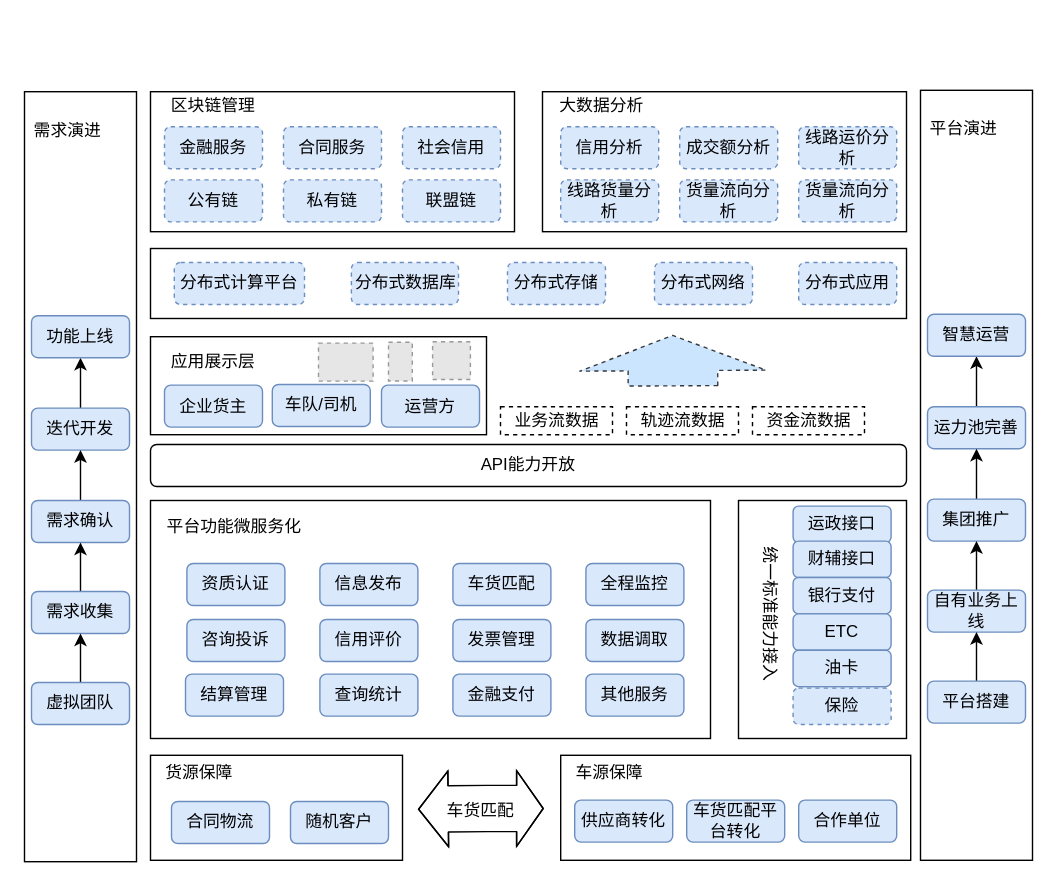
Above: 平台业务架构.drawio in chenyibang/rdpwrap (draw.io), before the change. Source tidied: cells renumbered, new cells numbered last; positions are measured from the earlier drawing's top-left corner, leaving out a move shared by most shapes. Both pictures are drawn from the tidied source at 140%, with x=0, y=0 at pixel (24, 90). Pictures stored in the file or linked from it are replaced by grey dashed boxes.
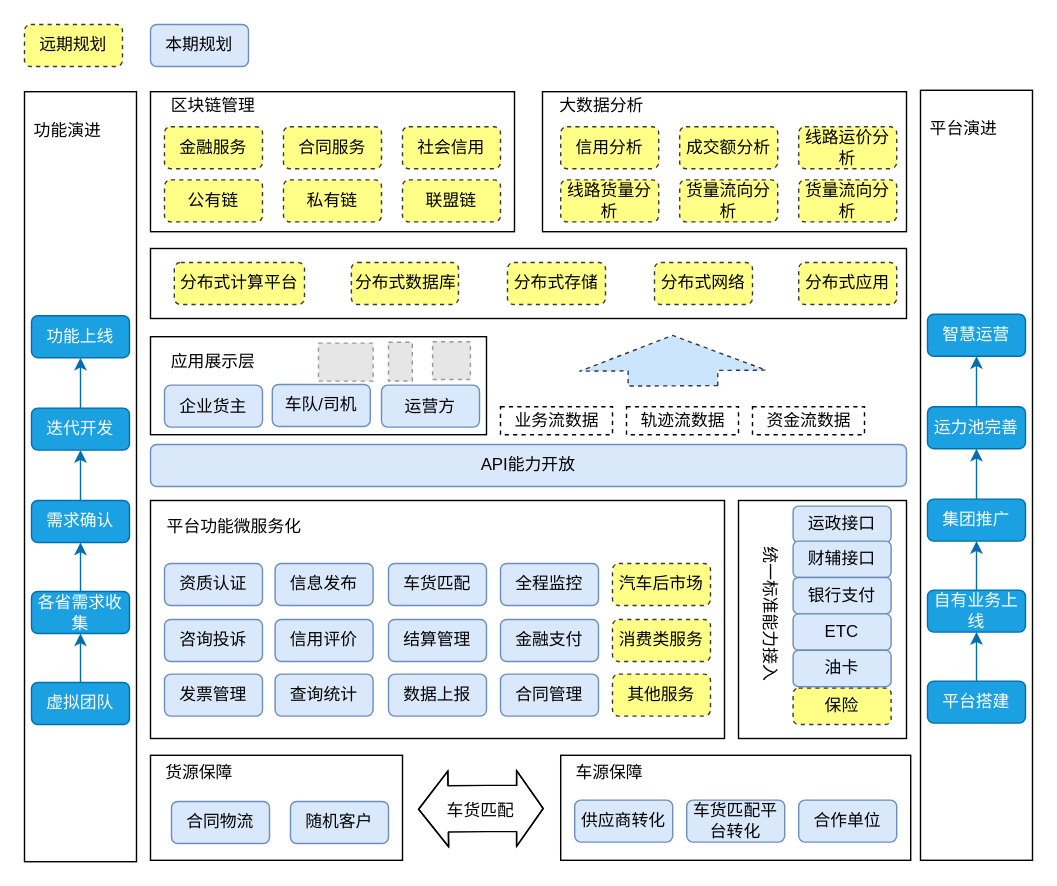
After the change.

Commit message:
更新平台业务架构.drawio

What changed in the source:
```diff
@@
     <mxCell id="3" style="rounded=0;whiteSpace=wrap;html=1;" parent="1" vertex="1">
-      <mxGeometry x="90" y="293" width="400" height="170" as="geometry" />
+      <mxGeometry x="90" y="293" width="410" height="170" as="geometry" />
     </mxCell>
@@
     <mxCell id="5" value="资质认证" style="rounded=1;whiteSpace=wrap;html=1;fillColor=#dae8fc;strokeColor=#6c8ebf;" parent="1" vertex="1">
-      <mxGeometry x="116" y="338" width="70" height="30" as="geometry" />
+      <mxGeometry x="100" y="338" width="70" height="30" as="geometry" />
     </mxCell>
     <mxCell id="6" value="信息发布" style="rounded=1;whiteSpace=wrap;html=1;fillColor=#dae8fc;strokeColor=#6c8ebf;" parent="1" vertex="1">
-      <mxGeometry x="211" y="338" width="70" height="30" as="geometry" />
+      <mxGeometry x="179" y="338" width="70" height="30" as="geometry" />
     </mxCell>
     <mxCell id="7" value="车货匹配" style="rounded=1;whiteSpace=wrap;html=1;fillColor=#dae8fc;strokeColor=#6c8ebf;" parent="1" vertex="1">
-      <mxGeometry x="306" y="338" width="70" height="30" as="geometry" />
+      <mxGeometry x="260" y="338" width="70" height="30" as="geometry" />
     </mxCell>
     <mxCell id="8" value="全程监控" style="rounded=1;whiteSpace=wrap;html=1;fillColor=#dae8fc;strokeColor=#6c8ebf;" parent="1" vertex="1">
-      <mxGeometry x="401" y="338" width="70" height="30" as="geometry" />
+      <mxGeometry x="340" y="338" width="70" height="30" as="geometry" />
     </mxCell>
     <mxCell id="9" value="咨询投诉" style="rounded=1;whiteSpace=wrap;html=1;fillColor=#dae8fc;strokeColor=#6c8ebf;" parent="1" vertex="1">
-      <mxGeometry x="116" y="378" width="70" height="30" as="geometry" />
+      <mxGeometry x="100" y="378" width="70" height="30" as="geometry" />
     </mxCell>
     <mxCell id="10" value="信用评价" style="rounded=1;whiteSpace=wrap;html=1;fillColor=#dae8fc;strokeColor=#6c8ebf;" parent="1" vertex="1">
-      <mxGeometry x="211" y="378" width="70" height="30" as="geometry" />
+      <mxGeometry x="179" y="378" width="70" height="30" as="geometry" />
     </mxCell>
-    <mxCell id="11" value="发票管理" style="rounded=1;whiteSpace=wrap;html=1;fillColor=#dae8fc;strokeColor=#6c8ebf;" parent="1" vertex="1">
-      <mxGeometry x="306" y="378" width="70" height="30" as="geometry" />
+    <mxCell id="11" value="结算管理" style="rounded=1;whiteSpace=wrap;html=1;fillColor=#dae8fc;strokeColor=#6c8ebf;" parent="1" vertex="1">
+      <mxGeometry x="260" y="378" width="70" height="30" as="geometry" />
     </mxCell>
-    <mxCell id="12" value="数据调取" style="rounded=1;whiteSpace=wrap;html=1;fillColor=#dae8fc;strokeColor=#6c8ebf;" parent="1" vertex="1">
-      <mxGeometry x="401" y="378" width="70" height="30" as="geometry" />
+    <mxCell id="12" value="金融支付" style="rounded=1;whiteSpace=wrap;html=1;fillColor=#dae8fc;strokeColor=#6c8ebf;" parent="1" vertex="1">
+      <mxGeometry x="340" y="378" width="70" height="30" as="geometry" />
     </mxCell>
@@
-    <mxCell id="29" value="结算管理" style="rounded=1;whiteSpace=wrap;html=1;fillColor=#dae8fc;strokeColor=#6c8ebf;" parent="1" vertex="1">
-      <mxGeometry x="115" y="417" width="70" height="30" as="geometry" />
+    <mxCell id="29" value="发票管理" style="rounded=1;whiteSpace=wrap;html=1;fillColor=#dae8fc;strokeColor=#6c8ebf;" parent="1" vertex="1">
+      <mxGeometry x="100" y="417" width="70" height="30" as="geometry" />
     </mxCell>
     <mxCell id="30" value="查询统计" style="rounded=1;whiteSpace=wrap;html=1;fillColor=#dae8fc;strokeColor=#6c8ebf;" parent="1" vertex="1">
-      <mxGeometry x="211" y="417" width="70" height="30" as="geometry" />
+      <mxGeometry x="179" y="417" width="70" height="30" as="geometry" />
     </mxCell>
-    <mxCell id="31" value="其他服务" style="rounded=1;whiteSpace=wrap;html=1;fillColor=#dae8fc;strokeColor=#6c8ebf;" parent="1" vertex="1">
-      <mxGeometry x="401" y="417" width="70" height="30" as="geometry" />
+    <mxCell id="31" value="合同管理" style="rounded=1;whiteSpace=wrap;html=1;fillColor=#dae8fc;strokeColor=#6c8ebf;" parent="1" vertex="1">
+      <mxGeometry x="340" y="417" width="70" height="30" as="geometry" />
     </mxCell>
-    <mxCell id="32" value="金融支付" style="rounded=1;whiteSpace=wrap;html=1;fillColor=#dae8fc;strokeColor=#6c8ebf;" parent="1" vertex="1">
-      <mxGeometry x="306" y="417" width="70" height="30" as="geometry" />
+    <mxCell id="32" value="数据上报" style="rounded=1;whiteSpace=wrap;html=1;fillColor=#dae8fc;strokeColor=#6c8ebf;" parent="1" vertex="1">
+      <mxGeometry x="260" y="417" width="70" height="30" as="geometry" />
     </mxCell>
@@
-    <mxCell id="34" style="edgeStyle=orthogonalEdgeStyle;rounded=0;jettySize=auto;html=1;entryX=0.5;entryY=1;entryDx=0;entryDy=0;strokeColor=#000000;" parent="1" edge="1" source="35" target="42">
+    <mxCell id="34" style="edgeStyle=orthogonalEdgeStyle;rounded=0;jettySize=auto;html=1;entryX=0.5;entryY=1;entryDx=0;entryDy=0;strokeColor=#006EAF;fillColor=#1ba1e2;" parent="1" edge="1" source="35" target="42">
       <mxGeometry relative="1" as="geometry" />
     </mxCell>
-    <mxCell id="35" value="迭代开发" style="rounded=1;whiteSpace=wrap;html=1;fillColor=#dae8fc;strokeColor=#6c8ebf;" parent="1" vertex="1">
+    <mxCell id="35" value="迭代开发" style="rounded=1;whiteSpace=wrap;html=1;fillColor=#1ba1e2;strokeColor=#006EAF;fontColor=#ffffff;" parent="1" vertex="1">
       <mxGeometry x="5" y="227" width="70" height="30" as="geometry" />
     </mxCell>
-    <mxCell id="36" style="edgeStyle=orthogonalEdgeStyle;rounded=0;jettySize=auto;html=1;entryX=0.5;entryY=1;entryDx=0;entryDy=0;strokeColor=#000000;" parent="1" edge="1" source="37" target="35">
+    <mxCell id="36" style="edgeStyle=orthogonalEdgeStyle;rounded=0;jettySize=auto;html=1;entryX=0.5;entryY=1;entryDx=0;entryDy=0;strokeColor=#006EAF;fillColor=#1ba1e2;" parent="1" edge="1" source="37" target="35">
       <mxGeometry relative="1" as="geometry" />
     </mxCell>
-    <mxCell id="37" value="需求确认" style="rounded=1;whiteSpace=wrap;html=1;fillColor=#dae8fc;strokeColor=#6c8ebf;" parent="1" vertex="1">
+    <mxCell id="37" value="需求确认" style="rounded=1;whiteSpace=wrap;html=1;fillColor=#1ba1e2;strokeColor=#006EAF;fontColor=#ffffff;" parent="1" vertex="1">
       <mxGeometry x="5" y="293" width="70" height="30" as="geometry" />
     </mxCell>
-    <mxCell id="38" style="edgeStyle=orthogonalEdgeStyle;rounded=0;jettySize=auto;html=1;entryX=0.5;entryY=1;entryDx=0;entryDy=0;strokeColor=#000000;" parent="1" edge="1" source="39" target="37">
+    <mxCell id="38" style="edgeStyle=orthogonalEdgeStyle;rounded=0;jettySize=auto;html=1;entryX=0.5;entryY=1;entryDx=0;entryDy=0;strokeColor=#006EAF;fillColor=#1ba1e2;" parent="1" edge="1" source="39" target="37">
       <mxGeometry relative="1" as="geometry" />
     </mxCell>
-    <mxCell id="39" value="需求收集" style="rounded=1;whiteSpace=wrap;html=1;fillColor=#dae8fc;strokeColor=#6c8ebf;" parent="1" vertex="1">
+    <mxCell id="39" value="各省需求收集" style="rounded=1;whiteSpace=wrap;html=1;fillColor=#1ba1e2;strokeColor=#006EAF;fontColor=#ffffff;" parent="1" vertex="1">
       <mxGeometry x="5" y="358" width="70" height="30" as="geometry" />
     </mxCell>
-    <mxCell id="40" style="edgeStyle=orthogonalEdgeStyle;rounded=0;jettySize=auto;html=1;entryX=0.5;entryY=1;entryDx=0;entryDy=0;strokeColor=#000000;" parent="1" edge="1" source="41" target="39">
+    <mxCell id="40" style="edgeStyle=orthogonalEdgeStyle;rounded=0;jettySize=auto;html=1;entryX=0.5;entryY=1;entryDx=0;entryDy=0;strokeColor=#006EAF;fillColor=#1ba1e2;" parent="1" edge="1" source="41" target="39">
       <mxGeometry relative="1" as="geometry" />
     </mxCell>
-    <mxCell id="41" value="虚拟团队" style="rounded=1;whiteSpace=wrap;html=1;fillColor=#dae8fc;strokeColor=#6c8ebf;" parent="1" vertex="1">
+    <mxCell id="41" value="虚拟团队" style="rounded=1;whiteSpace=wrap;html=1;fillColor=#1ba1e2;strokeColor=#006EAF;fontColor=#ffffff;" parent="1" vertex="1">
       <mxGeometry x="5" y="423" width="70" height="30" as="geometry" />
     </mxCell>
-    <mxCell id="42" value="功能上线" style="rounded=1;whiteSpace=wrap;html=1;fillColor=#dae8fc;strokeColor=#6c8ebf;" parent="1" vertex="1">
+    <mxCell id="42" value="功能上线" style="rounded=1;whiteSpace=wrap;html=1;fillColor=#1ba1e2;strokeColor=#006EAF;fontColor=#ffffff;" parent="1" vertex="1">
       <mxGeometry x="5" y="161" width="70" height="30" as="geometry" />
     </mxCell>
-    <mxCell id="43" value="API能力开放" style="rounded=1;whiteSpace=wrap;html=1;" parent="1" vertex="1">
+    <mxCell id="43" value="API能力开放" style="rounded=1;whiteSpace=wrap;html=1;fillColor=#dae8fc;strokeColor=#6c8ebf;" parent="1" vertex="1">
       <mxGeometry x="90" y="253" width="540" height="30" as="geometry" />
     </mxCell>
@@
-    <mxCell id="58" value="分布式计算平台" style="rounded=1;whiteSpace=wrap;html=1;fillColor=#dae8fc;strokeColor=#6c8ebf;dashed=1;" parent="1" vertex="1">
+    <mxCell id="58" value="分布式计算平台" style="rounded=1;whiteSpace=wrap;html=1;fillColor=#ffff88;strokeColor=#36393d;dashed=1;" parent="1" vertex="1">
       <mxGeometry x="107" y="123" width="93" height="30" as="geometry" />
     </mxCell>
-    <mxCell id="59" value="分布式数据库" style="rounded=1;whiteSpace=wrap;html=1;fillColor=#dae8fc;strokeColor=#6c8ebf;dashed=1;" parent="1" vertex="1">
+    <mxCell id="59" value="分布式数据库" style="rounded=1;whiteSpace=wrap;html=1;fillColor=#ffff88;strokeColor=#36393d;dashed=1;" parent="1" vertex="1">
       <mxGeometry x="233.5" y="123" width="76.5" height="30" as="geometry" />
     </mxCell>
-    <mxCell id="60" value="分布式存储" style="rounded=1;whiteSpace=wrap;html=1;fillColor=#dae8fc;strokeColor=#6c8ebf;dashed=1;" parent="1" vertex="1">
+    <mxCell id="60" value="分布式存储" style="rounded=1;whiteSpace=wrap;html=1;fillColor=#ffff88;strokeColor=#36393d;dashed=1;" parent="1" vertex="1">
       <mxGeometry x="345" y="123" width="70" height="30" as="geometry" />
     </mxCell>
-    <mxCell id="61" value="分布式网络" style="rounded=1;whiteSpace=wrap;html=1;fillColor=#dae8fc;strokeColor=#6c8ebf;dashed=1;" parent="1" vertex="1">
+    <mxCell id="61" value="分布式网络" style="rounded=1;whiteSpace=wrap;html=1;fillColor=#ffff88;strokeColor=#36393d;dashed=1;" parent="1" vertex="1">
       <mxGeometry x="450" y="123" width="70" height="30" as="geometry" />
     </mxCell>
-    <mxCell id="62" value="分布式应用" style="rounded=1;whiteSpace=wrap;html=1;fillColor=#dae8fc;strokeColor=#6c8ebf;dashed=1;" parent="1" vertex="1">
+    <mxCell id="62" value="分布式应用" style="rounded=1;whiteSpace=wrap;html=1;fillColor=#ffff88;strokeColor=#36393d;dashed=1;" parent="1" vertex="1">
       <mxGeometry x="553" y="123" width="70" height="30" as="geometry" />
     </mxCell>
@@
-    <mxCell id="67" value="金融服务" style="rounded=1;whiteSpace=wrap;html=1;fillColor=#dae8fc;strokeColor=#6c8ebf;dashed=1;" parent="1" vertex="1">
+    <mxCell id="67" value="金融服务" style="rounded=1;whiteSpace=wrap;html=1;fillColor=#ffff88;strokeColor=#36393d;dashed=1;" parent="1" vertex="1">
       <mxGeometry x="100" y="26" width="70" height="30" as="geometry" />
     </mxCell>
-    <mxCell id="68" value="合同服务" style="rounded=1;whiteSpace=wrap;html=1;fillColor=#dae8fc;strokeColor=#6c8ebf;dashed=1;" parent="1" vertex="1">
+    <mxCell id="68" value="合同服务" style="rounded=1;whiteSpace=wrap;html=1;fillColor=#ffff88;strokeColor=#36393d;dashed=1;" parent="1" vertex="1">
       <mxGeometry x="185" y="26" width="70" height="30" as="geometry" />
     </mxCell>
-    <mxCell id="69" value="社会信用" style="rounded=1;whiteSpace=wrap;html=1;fillColor=#dae8fc;strokeColor=#6c8ebf;dashed=1;" parent="1" vertex="1">
+    <mxCell id="69" value="社会信用" style="rounded=1;whiteSpace=wrap;html=1;fillColor=#ffff88;strokeColor=#36393d;dashed=1;" parent="1" vertex="1">
       <mxGeometry x="270" y="26" width="70" height="30" as="geometry" />
     </mxCell>
-    <mxCell id="70" value="公有链" style="rounded=1;whiteSpace=wrap;html=1;fillColor=#dae8fc;strokeColor=#6c8ebf;dashed=1;" parent="1" vertex="1">
+    <mxCell id="70" value="公有链" style="rounded=1;whiteSpace=wrap;html=1;fillColor=#ffff88;strokeColor=#36393d;dashed=1;" parent="1" vertex="1">
       <mxGeometry x="100" y="64" width="70" height="30" as="geometry" />
     </mxCell>
-    <mxCell id="71" value="私有链" style="rounded=1;whiteSpace=wrap;html=1;fillColor=#dae8fc;strokeColor=#6c8ebf;dashed=1;" parent="1" vertex="1">
+    <mxCell id="71" value="私有链" style="rounded=1;whiteSpace=wrap;html=1;fillColor=#ffff88;strokeColor=#36393d;dashed=1;" parent="1" vertex="1">
       <mxGeometry x="185" y="64" width="70" height="30" as="geometry" />
     </mxCell>
-    <mxCell id="72" value="联盟链" style="rounded=1;whiteSpace=wrap;html=1;fillColor=#dae8fc;strokeColor=#6c8ebf;dashed=1;" parent="1" vertex="1">
+    <mxCell id="72" value="联盟链" style="rounded=1;whiteSpace=wrap;html=1;fillColor=#ffff88;strokeColor=#36393d;dashed=1;" parent="1" vertex="1">
       <mxGeometry x="270" y="64" width="70" height="30" as="geometry" />
     </mxCell>
-    <mxCell id="73" value="信用分析" style="rounded=1;whiteSpace=wrap;html=1;fillColor=#dae8fc;strokeColor=#6c8ebf;dashed=1;" parent="1" vertex="1">
+    <mxCell id="73" value="信用分析" style="rounded=1;whiteSpace=wrap;html=1;fillColor=#ffff88;strokeColor=#36393d;dashed=1;" parent="1" vertex="1">
       <mxGeometry x="383" y="26" width="70" height="30" as="geometry" />
     </mxCell>
-    <mxCell id="74" value="成交额分析" style="rounded=1;whiteSpace=wrap;html=1;fillColor=#dae8fc;strokeColor=#6c8ebf;dashed=1;" parent="1" vertex="1">
+    <mxCell id="74" value="成交额分析" style="rounded=1;whiteSpace=wrap;html=1;fillColor=#ffff88;strokeColor=#36393d;dashed=1;" parent="1" vertex="1">
       <mxGeometry x="468" y="26" width="70" height="30" as="geometry" />
     </mxCell>
-    <mxCell id="75" value="线路运价分析" style="rounded=1;whiteSpace=wrap;html=1;fillColor=#dae8fc;strokeColor=#6c8ebf;dashed=1;" parent="1" vertex="1">
+    <mxCell id="75" value="线路运价分析" style="rounded=1;whiteSpace=wrap;html=1;fillColor=#ffff88;strokeColor=#36393d;dashed=1;" parent="1" vertex="1">
       <mxGeometry x="553" y="26" width="70" height="30" as="geometry" />
     </mxCell>
-    <mxCell id="76" value="线路货量分析" style="rounded=1;whiteSpace=wrap;html=1;fillColor=#dae8fc;strokeColor=#6c8ebf;dashed=1;" parent="1" vertex="1">
+    <mxCell id="76" value="线路货量分析" style="rounded=1;whiteSpace=wrap;html=1;fillColor=#ffff88;strokeColor=#36393d;dashed=1;" parent="1" vertex="1">
       <mxGeometry x="383" y="64" width="70" height="30" as="geometry" />
     </mxCell>
-    <mxCell id="77" value="货量流向分析" style="rounded=1;whiteSpace=wrap;html=1;fillColor=#dae8fc;strokeColor=#6c8ebf;dashed=1;" parent="1" vertex="1">
+    <mxCell id="77" value="货量流向分析" style="rounded=1;whiteSpace=wrap;html=1;fillColor=#ffff88;strokeColor=#36393d;dashed=1;" parent="1" vertex="1">
       <mxGeometry x="468" y="64" width="70" height="30" as="geometry" />
     </mxCell>
-    <mxCell id="78" value="货量流向分析" style="rounded=1;whiteSpace=wrap;html=1;fillColor=#dae8fc;strokeColor=#6c8ebf;dashed=1;" parent="1" vertex="1">
+    <mxCell id="78" value="货量流向分析" style="rounded=1;whiteSpace=wrap;html=1;fillColor=#ffff88;strokeColor=#36393d;dashed=1;" parent="1" vertex="1">
       <mxGeometry x="553" y="64" width="70" height="30" as="geometry" />
     </mxCell>
-    <mxCell id="79" value="需求演进" style="text;html=1;strokeColor=none;fillColor=none;align=center;verticalAlign=middle;whiteSpace=wrap;rounded=0;" parent="1" vertex="1">
+    <mxCell id="79" value="功能演进" style="text;html=1;strokeColor=none;fillColor=none;align=center;verticalAlign=middle;whiteSpace=wrap;rounded=0;" parent="1" vertex="1">
       <mxGeometry x="5" y="19" width="52" height="20" as="geometry" />
     </mxCell>
@@
-    <mxCell id="81" style="edgeStyle=orthogonalEdgeStyle;rounded=0;jettySize=auto;html=1;entryX=0.5;entryY=1;entryDx=0;entryDy=0;strokeColor=#000000;" parent="1" edge="1" source="82" target="89">
+    <mxCell id="81" style="edgeStyle=orthogonalEdgeStyle;rounded=0;jettySize=auto;html=1;entryX=0.5;entryY=1;entryDx=0;entryDy=0;strokeColor=#006EAF;fillColor=#1ba1e2;" parent="1" edge="1" source="82" target="89">
       <mxGeometry relative="1" as="geometry" />
     </mxCell>
-    <mxCell id="82" value="运力池完善" style="rounded=1;whiteSpace=wrap;html=1;fillColor=#dae8fc;strokeColor=#6c8ebf;" parent="1" vertex="1">
+    <mxCell id="82" value="运力池完善" style="rounded=1;whiteSpace=wrap;html=1;fillColor=#1ba1e2;strokeColor=#006EAF;fontColor=#ffffff;" parent="1" vertex="1">
       <mxGeometry x="645" y="226" width="70" height="30" as="geometry" />
     </mxCell>
-    <mxCell id="83" style="edgeStyle=orthogonalEdgeStyle;rounded=0;jettySize=auto;html=1;entryX=0.5;entryY=1;entryDx=0;entryDy=0;strokeColor=#000000;" parent="1" edge="1" source="84" target="82">
+    <mxCell id="83" style="edgeStyle=orthogonalEdgeStyle;rounded=0;jettySize=auto;html=1;entryX=0.5;entryY=1;entryDx=0;entryDy=0;strokeColor=#006EAF;fillColor=#1ba1e2;" parent="1" edge="1" source="84" target="82">
       <mxGeometry relative="1" as="geometry" />
     </mxCell>
-    <mxCell id="84" value="集团推广" style="rounded=1;whiteSpace=wrap;html=1;fillColor=#dae8fc;strokeColor=#6c8ebf;" parent="1" vertex="1">
+    <mxCell id="84" value="集团推广" style="rounded=1;whiteSpace=wrap;html=1;fillColor=#1ba1e2;strokeColor=#006EAF;fontColor=#ffffff;" parent="1" vertex="1">
       <mxGeometry x="645" y="292" width="70" height="30" as="geometry" />
     </mxCell>
-    <mxCell id="85" style="edgeStyle=orthogonalEdgeStyle;rounded=0;jettySize=auto;html=1;entryX=0.5;entryY=1;entryDx=0;entryDy=0;strokeColor=#000000;" parent="1" edge="1" source="86" target="84">
+    <mxCell id="85" style="edgeStyle=orthogonalEdgeStyle;rounded=0;jettySize=auto;html=1;entryX=0.5;entryY=1;entryDx=0;entryDy=0;strokeColor=#006EAF;fillColor=#1ba1e2;" parent="1" edge="1" source="86" target="84">
       <mxGeometry relative="1" as="geometry" />
     </mxCell>
-    <mxCell id="86" value="自有业务上线" style="rounded=1;whiteSpace=wrap;html=1;fillColor=#dae8fc;strokeColor=#6c8ebf;" parent="1" vertex="1">
+    <mxCell id="86" value="自有业务上线" style="rounded=1;whiteSpace=wrap;html=1;fillColor=#1ba1e2;strokeColor=#006EAF;fontColor=#ffffff;" parent="1" vertex="1">
       <mxGeometry x="645" y="357" width="70" height="30" as="geometry" />
     </mxCell>
-    <mxCell id="87" style="edgeStyle=orthogonalEdgeStyle;rounded=0;jettySize=auto;html=1;entryX=0.5;entryY=1;entryDx=0;entryDy=0;strokeColor=#000000;" parent="1" edge="1" source="88" target="86">
+    <mxCell id="87" style="edgeStyle=orthogonalEdgeStyle;rounded=0;jettySize=auto;html=1;entryX=0.5;entryY=1;entryDx=0;entryDy=0;strokeColor=#006EAF;fillColor=#1ba1e2;" parent="1" edge="1" source="88" target="86">
       <mxGeometry relative="1" as="geometry" />
     </mxCell>
-    <mxCell id="88" value="平台搭建" style="rounded=1;whiteSpace=wrap;html=1;fillColor=#dae8fc;strokeColor=#6c8ebf;" parent="1" vertex="1">
+    <mxCell id="88" value="平台搭建" style="rounded=1;whiteSpace=wrap;html=1;fillColor=#1ba1e2;strokeColor=#006EAF;fontColor=#ffffff;" parent="1" vertex="1">
       <mxGeometry x="645" y="422" width="70" height="30" as="geometry" />
     </mxCell>
-    <mxCell id="89" value="智慧运营" style="rounded=1;whiteSpace=wrap;html=1;fillColor=#dae8fc;strokeColor=#6c8ebf;" parent="1" vertex="1">
+    <mxCell id="89" value="智慧运营" style="rounded=1;whiteSpace=wrap;html=1;fillColor=#1ba1e2;strokeColor=#006EAF;fontColor=#ffffff;" parent="1" vertex="1">
       <mxGeometry x="645" y="160" width="70" height="30" as="geometry" />
     </mxCell>
@@
-    <mxCell id="92" value="保险" style="rounded=1;whiteSpace=wrap;html=1;fillColor=#dae8fc;strokeColor=#6c8ebf;dashed=1;" parent="1" vertex="1">
+    <mxCell id="92" value="保险" style="rounded=1;whiteSpace=wrap;html=1;fillColor=#ffff88;strokeColor=#36393d;dashed=1;" parent="1" vertex="1">
       <mxGeometry x="549" y="427" width="70" height="26" as="geometry" />
     </mxCell>
+    <mxCell id="93" value="汽车后市场" style="rounded=1;whiteSpace=wrap;html=1;fillColor=#ffff88;strokeColor=#36393d;dashed=1;" parent="1" vertex="1">
+      <mxGeometry x="420" y="338" width="70" height="30" as="geometry" />
+    </mxCell>
+    <mxCell id="94" value="消费类服务" style="rounded=1;whiteSpace=wrap;html=1;fillColor=#ffff88;strokeColor=#36393d;dashed=1;" parent="1" vertex="1">
+      <mxGeometry x="420" y="378" width="70" height="30" as="geometry" />
+    </mxCell>
+    <mxCell id="95" value="其他服务" style="rounded=1;whiteSpace=wrap;html=1;fillColor=#ffff88;strokeColor=#36393d;dashed=1;" parent="1" vertex="1">
+      <mxGeometry x="420" y="417" width="70" height="30" as="geometry" />
+    </mxCell>
+    <mxCell id="96" value="远期规划" style="rounded=1;whiteSpace=wrap;html=1;fillColor=#ffff88;strokeColor=#36393d;dashed=1;" parent="1" vertex="1">
+      <mxGeometry y="-47" width="70" height="30" as="geometry" />
+    </mxCell>
+    <mxCell id="97" value="本期规划" style="rounded=1;whiteSpace=wrap;html=1;fillColor=#dae8fc;strokeColor=#6c8ebf;" parent="1" vertex="1">
+      <mxGeometry x="90" y="-47" width="70" height="30" as="geometry" />
+    </mxCell>
```
